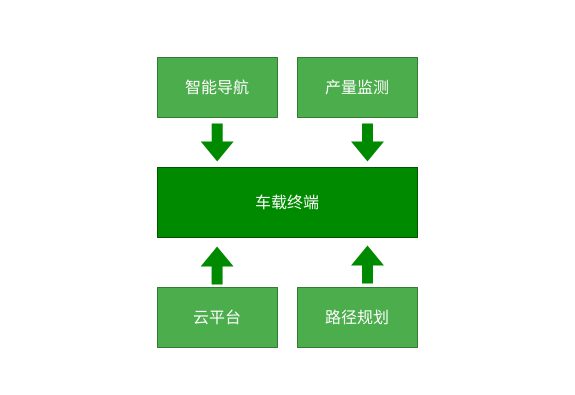
anvalue/DrawIo_SQ keeps this draw.io diagram as tmp/总体设计图.drawio. Above is the earlier version. Source tidied: cells renumbered, new cells numbered last; positions are measured from the earlier drawing's top-left corner, leaving out a move shared by most shapes. Both pictures are drawn from the tidied source at 100%, with x=0, y=0 at pixel (157, 57).
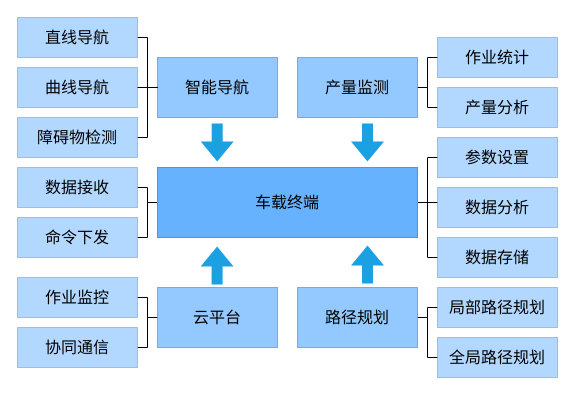
Above is the later version.

Commit message:
更新总体设计图.drawio

The edit, as a diff of the source:
```diff
@@
+    <mxCell id="11" style="edgeStyle=orthogonalEdgeStyle;rounded=0;jettySize=auto;html=1;entryX=1;entryY=0.5;entryDx=0;entryDy=0;endArrow=none;endFill=0;" parent="1" edge="1" source="2" target="35">
+      <mxGeometry relative="1" as="geometry">
+        <Array as="points">
+          <mxPoint x="-10" y="145" />
+          <mxPoint x="-10" y="130" />
+        </Array>
+      </mxGeometry>
+    </mxCell>
+    <mxCell id="12" style="edgeStyle=orthogonalEdgeStyle;shape=connector;rounded=0;jettySize=auto;html=1;entryX=1;entryY=0.5;entryDx=0;entryDy=0;strokeColor=default;align=center;verticalAlign=middle;fontFamily=Helvetica;fontSize=11;fontColor=default;labelBackgroundColor=default;endArrow=none;endFill=0;" parent="1" edge="1" source="2" target="36">
+      <mxGeometry relative="1" as="geometry">
+        <Array as="points">
+          <mxPoint x="-10" y="145" />
+          <mxPoint x="-10" y="180" />
+        </Array>
+      </mxGeometry>
+    </mxCell>
+    <mxCell id="13" style="edgeStyle=orthogonalEdgeStyle;shape=connector;rounded=0;jettySize=auto;html=1;entryX=0;entryY=0.5;entryDx=0;entryDy=0;strokeColor=default;align=center;verticalAlign=middle;fontFamily=Helvetica;fontSize=11;fontColor=default;labelBackgroundColor=default;endArrow=none;endFill=0;" parent="1" edge="1" source="2" target="26">
+      <mxGeometry relative="1" as="geometry">
+        <Array as="points">
+          <mxPoint x="270" y="145" />
+          <mxPoint x="270" y="100" />
+        </Array>
+      </mxGeometry>
+    </mxCell>
+    <mxCell id="14" style="edgeStyle=orthogonalEdgeStyle;shape=connector;rounded=0;jettySize=auto;html=1;entryX=0.003;entryY=0.364;entryDx=0;entryDy=0;strokeColor=default;align=center;verticalAlign=middle;fontFamily=Helvetica;fontSize=11;fontColor=default;labelBackgroundColor=default;endArrow=none;endFill=0;entryPerimeter=0;" parent="1" edge="1" source="2" target="27">
+      <mxGeometry relative="1" as="geometry" />
+    </mxCell>
+    <mxCell id="15" style="edgeStyle=orthogonalEdgeStyle;shape=connector;rounded=0;jettySize=auto;html=1;entryX=0;entryY=0.5;entryDx=0;entryDy=0;strokeColor=default;align=center;verticalAlign=middle;fontFamily=Helvetica;fontSize=11;fontColor=default;labelBackgroundColor=default;endArrow=none;endFill=0;" parent="1" edge="1" source="2" target="28">
+      <mxGeometry relative="1" as="geometry">
+        <Array as="points">
+          <mxPoint x="270" y="145" />
+          <mxPoint x="270" y="200" />
+        </Array>
+      </mxGeometry>
+    </mxCell>
-    <mxCell id="2" value="车载终端" style="rounded=0;whiteSpace=wrap;html=1;fontSize=16;fillColor=#008a00;strokeColor=#005700;fontColor=#ffffff;" parent="1" vertex="1">
+    <mxCell id="2" value="车载终端" style="rounded=0;whiteSpace=wrap;html=1;fontSize=16;fillColor=#66B2FF;strokeColor=#6c8ebf;" parent="1" vertex="1">
       <mxGeometry y="110" width="260" height="70" as="geometry" />
     </mxCell>
+    <mxCell id="16" style="edgeStyle=orthogonalEdgeStyle;shape=connector;rounded=0;jettySize=auto;html=1;entryX=0;entryY=0.5;entryDx=0;entryDy=0;strokeColor=default;align=center;verticalAlign=middle;fontFamily=Helvetica;fontSize=11;fontColor=default;labelBackgroundColor=default;endArrow=none;endFill=0;" parent="1" edge="1" source="3" target="24">
+      <mxGeometry relative="1" as="geometry">
+        <Array as="points">
+          <mxPoint x="270" y="30" />
+          <mxPoint x="270" />
+        </Array>
+      </mxGeometry>
+    </mxCell>
+    <mxCell id="17" style="edgeStyle=orthogonalEdgeStyle;shape=connector;rounded=0;jettySize=auto;html=1;entryX=0;entryY=0.5;entryDx=0;entryDy=0;strokeColor=default;align=center;verticalAlign=middle;fontFamily=Helvetica;fontSize=11;fontColor=default;labelBackgroundColor=default;endArrow=none;endFill=0;" parent="1" edge="1" source="3" target="25">
+      <mxGeometry relative="1" as="geometry">
+        <Array as="points">
+          <mxPoint x="270" y="30" />
+          <mxPoint x="270" y="50" />
+        </Array>
+      </mxGeometry>
+    </mxCell>
-    <mxCell id="3" value="产量监测" style="rounded=0;whiteSpace=wrap;html=1;fontSize=16;fillColor=#008a00;strokeColor=#005700;opacity=70;fontColor=#ffffff;" parent="1" vertex="1">
+    <mxCell id="3" value="产量监测" style="rounded=0;whiteSpace=wrap;html=1;fontSize=16;fillColor=#66B2FF;strokeColor=#6C8EBF;opacity=70;" parent="1" vertex="1">
       <mxGeometry x="140" width="120" height="60" as="geometry" />
     </mxCell>
+    <mxCell id="18" style="edgeStyle=orthogonalEdgeStyle;shape=connector;rounded=0;jettySize=auto;html=1;entryX=0;entryY=0.5;entryDx=0;entryDy=0;strokeColor=default;align=center;verticalAlign=middle;fontFamily=Helvetica;fontSize=11;fontColor=default;labelBackgroundColor=default;endArrow=none;endFill=0;" parent="1" edge="1" source="4" target="29">
+      <mxGeometry relative="1" as="geometry">
+        <Array as="points">
+          <mxPoint x="270" y="260" />
+          <mxPoint x="270" y="250" />
+        </Array>
+      </mxGeometry>
+    </mxCell>
+    <mxCell id="19" style="edgeStyle=orthogonalEdgeStyle;shape=connector;rounded=0;jettySize=auto;html=1;entryX=0;entryY=0.5;entryDx=0;entryDy=0;strokeColor=default;align=center;verticalAlign=middle;fontFamily=Helvetica;fontSize=11;fontColor=default;labelBackgroundColor=default;endArrow=none;endFill=0;" parent="1" edge="1" source="4" target="30">
+      <mxGeometry relative="1" as="geometry">
+        <Array as="points">
+          <mxPoint x="270" y="260" />
+          <mxPoint x="270" y="300" />
+        </Array>
+      </mxGeometry>
+    </mxCell>
-    <mxCell id="4" value="路径规划" style="rounded=0;whiteSpace=wrap;html=1;fontSize=16;fillColor=#008a00;strokeColor=#005700;opacity=70;fontColor=#ffffff;" parent="1" vertex="1">
+    <mxCell id="4" value="路径规划" style="rounded=0;whiteSpace=wrap;html=1;fontSize=16;fillColor=#66B2FF;strokeColor=#6c8ebf;opacity=70;" parent="1" vertex="1">
       <mxGeometry x="140" y="230" width="120" height="60" as="geometry" />
     </mxCell>
+    <mxCell id="20" style="edgeStyle=orthogonalEdgeStyle;shape=connector;rounded=0;jettySize=auto;html=1;entryX=1;entryY=0.5;entryDx=0;entryDy=0;strokeColor=default;align=center;verticalAlign=middle;fontFamily=Helvetica;fontSize=11;fontColor=default;labelBackgroundColor=default;endArrow=none;endFill=0;" parent="1" edge="1" source="5" target="37">
+      <mxGeometry relative="1" as="geometry">
+        <Array as="points">
+          <mxPoint x="-10" y="260" />
+          <mxPoint x="-10" y="240" />
+        </Array>
+      </mxGeometry>
+    </mxCell>
+    <mxCell id="21" style="edgeStyle=orthogonalEdgeStyle;shape=connector;rounded=0;jettySize=auto;html=1;entryX=1;entryY=0.5;entryDx=0;entryDy=0;strokeColor=default;align=center;verticalAlign=middle;fontFamily=Helvetica;fontSize=11;fontColor=default;labelBackgroundColor=default;endArrow=none;endFill=0;" parent="1" edge="1" source="5" target="38">
+      <mxGeometry relative="1" as="geometry">
+        <Array as="points">
+          <mxPoint x="-10" y="260" />
+          <mxPoint x="-10" y="290" />
+        </Array>
+      </mxGeometry>
+    </mxCell>
-    <mxCell id="5" value="云平台" style="rounded=0;whiteSpace=wrap;html=1;fontSize=16;fillColor=#008a00;strokeColor=#005700;opacity=70;fontColor=#ffffff;" parent="1" vertex="1">
+    <mxCell id="5" value="云平台" style="rounded=0;whiteSpace=wrap;html=1;fontSize=16;fillColor=#66B2FF;strokeColor=#6c8ebf;opacity=70;" parent="1" vertex="1">
       <mxGeometry y="230" width="120" height="60" as="geometry" />
     </mxCell>
+    <mxCell id="22" style="edgeStyle=orthogonalEdgeStyle;rounded=0;jettySize=auto;html=1;endArrow=none;endFill=0;" parent="1" edge="1" source="6" target="31">
+      <mxGeometry relative="1" as="geometry">
+        <Array as="points">
+          <mxPoint x="-10" y="30" />
+          <mxPoint x="-10" y="-20" />
+        </Array>
+      </mxGeometry>
+    </mxCell>
+    <mxCell id="23" style="edgeStyle=orthogonalEdgeStyle;shape=connector;rounded=0;jettySize=auto;html=1;entryX=1;entryY=0.5;entryDx=0;entryDy=0;strokeColor=default;align=center;verticalAlign=middle;fontFamily=Helvetica;fontSize=11;fontColor=default;labelBackgroundColor=default;endArrow=none;endFill=0;" parent="1" edge="1" source="6" target="34">
+      <mxGeometry relative="1" as="geometry">
+        <Array as="points">
+          <mxPoint x="-10" y="30" />
+          <mxPoint x="-10" y="80" />
+        </Array>
+      </mxGeometry>
+    </mxCell>
-    <mxCell id="6" value="智能导航" style="rounded=0;whiteSpace=wrap;html=1;fontSize=16;fillColor=#008a00;strokeColor=#005700;opacity=70;fontColor=#ffffff;" parent="1" vertex="1">
+    <mxCell id="6" value="智能导航" style="rounded=0;whiteSpace=wrap;html=1;fontSize=16;fillColor=#66B2FF;strokeColor=#6c8ebf;opacity=70;" parent="1" vertex="1">
       <mxGeometry width="120" height="60" as="geometry" />
     </mxCell>
-    <mxCell id="7" style="shape=flexArrow;endArrow=none;html=1;rounded=0;strokeColor=none;strokeWidth=2;align=center;verticalAlign=middle;fontFamily=Helvetica;fontSize=11;fontColor=default;labelBackgroundColor=default;edgeStyle=orthogonalEdgeStyle;endSize=6;fillColor=#008a00;startArrow=block;endFill=0;" parent="1" edge="1">
+    <mxCell id="7" style="shape=flexArrow;endArrow=none;html=1;rounded=0;strokeColor=none;strokeWidth=2;align=center;verticalAlign=middle;fontFamily=Helvetica;fontSize=11;fontColor=default;labelBackgroundColor=default;edgeStyle=orthogonalEdgeStyle;endSize=6;fillColor=#1ba1e2;startArrow=block;endFill=0;" parent="1" edge="1">
       <mxGeometry relative="1" as="geometry">
         <mxPoint x="59.7" y="105" as="sourcePoint" />
         <mxPoint x="59.7" y="65" as="targetPoint" />
       </mxGeometry>
     </mxCell>
-    <mxCell id="8" style="shape=flexArrow;endArrow=none;html=1;rounded=0;strokeColor=none;strokeWidth=2;align=center;verticalAlign=middle;fontFamily=Helvetica;fontSize=11;fontColor=default;labelBackgroundColor=default;edgeStyle=orthogonalEdgeStyle;endSize=6;fillColor=#008a00;startArrow=block;endFill=0;" parent="1" edge="1">
+    <mxCell id="8" style="shape=flexArrow;endArrow=none;html=1;rounded=0;strokeColor=none;strokeWidth=2;align=center;verticalAlign=middle;fontFamily=Helvetica;fontSize=11;fontColor=default;labelBackgroundColor=default;edgeStyle=orthogonalEdgeStyle;endSize=6;fillColor=#1ba1e2;startArrow=block;endFill=0;" parent="1" edge="1">
       <mxGeometry relative="1" as="geometry">
         <mxPoint x="210" y="105" as="sourcePoint" />
         <mxPoint x="210" y="65" as="targetPoint" />
       </mxGeometry>
     </mxCell>
-    <mxCell id="9" style="shape=flexArrow;endArrow=none;html=1;rounded=0;strokeColor=none;strokeWidth=2;align=center;verticalAlign=middle;fontFamily=Helvetica;fontSize=11;fontColor=default;labelBackgroundColor=default;edgeStyle=orthogonalEdgeStyle;endSize=6;fillColor=#008a00;startArrow=block;endFill=0;" parent="1" edge="1">
+    <mxCell id="9" style="shape=flexArrow;endArrow=none;html=1;rounded=0;strokeColor=none;strokeWidth=2;align=center;verticalAlign=middle;fontFamily=Helvetica;fontSize=11;fontColor=default;labelBackgroundColor=default;edgeStyle=orthogonalEdgeStyle;endSize=6;fillColor=#1ba1e2;startArrow=block;endFill=0;" parent="1" edge="1">
       <mxGeometry relative="1" as="geometry">
         <mxPoint x="59.6" y="188" as="sourcePoint" />
         <mxPoint x="59.6" y="228" as="targetPoint" />
       </mxGeometry>
     </mxCell>
-    <mxCell id="10" style="shape=flexArrow;endArrow=none;html=1;rounded=0;strokeColor=none;strokeWidth=2;align=center;verticalAlign=middle;fontFamily=Helvetica;fontSize=11;fontColor=default;labelBackgroundColor=default;edgeStyle=orthogonalEdgeStyle;endSize=6;fillColor=#008a00;endFill=0;startArrow=block;" parent="1" edge="1">
+    <mxCell id="10" style="shape=flexArrow;endArrow=none;html=1;rounded=0;strokeColor=none;strokeWidth=2;align=center;verticalAlign=middle;fontFamily=Helvetica;fontSize=11;fontColor=default;labelBackgroundColor=default;edgeStyle=orthogonalEdgeStyle;endSize=6;fillColor=#1ba1e2;endFill=0;startArrow=block;" parent="1" edge="1">
       <mxGeometry relative="1" as="geometry">
         <mxPoint x="210" y="187" as="sourcePoint" />
         <mxPoint x="210" y="227" as="targetPoint" />
       </mxGeometry>
     </mxCell>
+    <mxCell id="24" value="作业统计" style="rounded=0;whiteSpace=wrap;html=1;fontSize=16;fillColor=#66B2FF;opacity=50;strokeColor=#6C8EBF;" parent="1" vertex="1">
+      <mxGeometry x="280" y="-20" width="120" height="40" as="geometry" />
+    </mxCell>
+    <mxCell id="25" value="产量分析" style="rounded=0;whiteSpace=wrap;html=1;fontSize=16;fillColor=#66B2FF;opacity=50;strokeColor=#6C8EBF;" parent="1" vertex="1">
+      <mxGeometry x="280" y="30" width="120" height="40" as="geometry" />
+    </mxCell>
+    <mxCell id="26" value="参数设置" style="rounded=0;whiteSpace=wrap;html=1;fontSize=16;fillColor=#66B2FF;opacity=50;strokeColor=#6C8EBF;" parent="1" vertex="1">
+      <mxGeometry x="280" y="80" width="120" height="40" as="geometry" />
+    </mxCell>
+    <mxCell id="27" value="数据分析" style="rounded=0;whiteSpace=wrap;html=1;fontSize=16;fillColor=#66B2FF;opacity=50;strokeColor=#6C8EBF;" parent="1" vertex="1">
+      <mxGeometry x="280" y="130" width="120" height="40" as="geometry" />
+    </mxCell>
+    <mxCell id="28" value="数据存储" style="rounded=0;whiteSpace=wrap;html=1;fontSize=16;fillColor=#66B2FF;opacity=50;strokeColor=#6C8EBF;" parent="1" vertex="1">
+      <mxGeometry x="280" y="180" width="120" height="40" as="geometry" />
+    </mxCell>
+    <mxCell id="29" value="局部路径规划" style="rounded=0;whiteSpace=wrap;html=1;fontSize=16;fillColor=#66B2FF;opacity=50;strokeColor=#6C8EBF;" parent="1" vertex="1">
+      <mxGeometry x="280" y="230" width="120" height="40" as="geometry" />
+    </mxCell>
+    <mxCell id="30" value="全局路径规划" style="rounded=0;whiteSpace=wrap;html=1;fontSize=16;fillColor=#66B2FF;opacity=50;strokeColor=#6C8EBF;" parent="1" vertex="1">
+      <mxGeometry x="280" y="280" width="120" height="40" as="geometry" />
+    </mxCell>
+    <mxCell id="31" value="直线导航" style="rounded=0;whiteSpace=wrap;html=1;fontSize=16;fillColor=#66B2FF;opacity=50;strokeColor=#6C8EBF;" parent="1" vertex="1">
+      <mxGeometry x="-140" y="-40" width="120" height="40" as="geometry" />
+    </mxCell>
+    <mxCell id="32" style="edgeStyle=orthogonalEdgeStyle;rounded=0;jettySize=auto;html=1;endArrow=none;endFill=0;" parent="1" edge="1" source="33" target="6">
+      <mxGeometry relative="1" as="geometry" />
+    </mxCell>
+    <mxCell id="33" value="曲线导航" style="rounded=0;whiteSpace=wrap;html=1;fontSize=16;fillColor=#66B2FF;opacity=50;strokeColor=#6C8EBF;" parent="1" vertex="1">
+      <mxGeometry x="-140" y="10" width="120" height="40" as="geometry" />
+    </mxCell>
+    <mxCell id="34" value="障碍物检测" style="rounded=0;whiteSpace=wrap;html=1;fontSize=16;fillColor=#66B2FF;opacity=50;strokeColor=#6C8EBF;" parent="1" vertex="1">
+      <mxGeometry x="-140" y="60" width="120" height="40" as="geometry" />
+    </mxCell>
+    <mxCell id="35" value="数据接收" style="rounded=0;whiteSpace=wrap;html=1;fontSize=16;fillColor=#66B2FF;opacity=50;strokeColor=#6C8EBF;" parent="1" vertex="1">
+      <mxGeometry x="-140" y="110" width="120" height="40" as="geometry" />
+    </mxCell>
+    <mxCell id="36" value="命令下发" style="rounded=0;whiteSpace=wrap;html=1;fontSize=16;fillColor=#66B2FF;opacity=50;strokeColor=#6C8EBF;" parent="1" vertex="1">
+      <mxGeometry x="-140" y="160" width="120" height="40" as="geometry" />
+    </mxCell>
+    <mxCell id="37" value="作业监控" style="rounded=0;whiteSpace=wrap;html=1;fontSize=16;fillColor=#66B2FF;opacity=50;strokeColor=#6C8EBF;" parent="1" vertex="1">
+      <mxGeometry x="-140" y="220" width="120" height="40" as="geometry" />
+    </mxCell>
+    <mxCell id="38" value="协同通信" style="rounded=0;whiteSpace=wrap;html=1;fontSize=16;fillColor=#66B2FF;opacity=50;strokeColor=#6C8EBF;" parent="1" vertex="1">
+      <mxGeometry x="-140" y="270" width="120" height="40" as="geometry" />
+    </mxCell>
```
